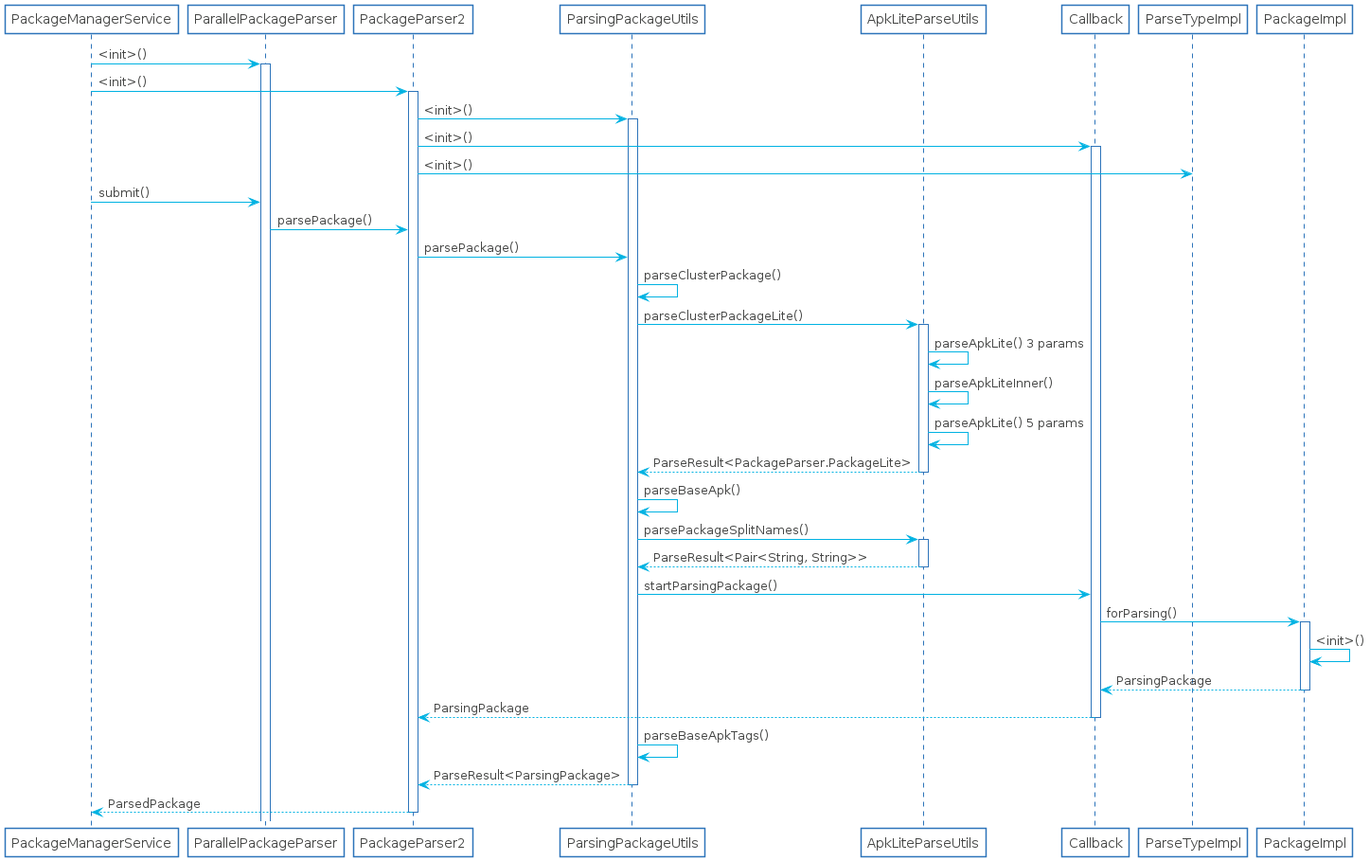
This is android-R/pkms/parse-apk/parse-sequences.png from PJH0x0/aosp-analyze, a PlantUML export, as it was before one commit. Its diagram source:
```plantuml
@startuml

skinparam shadowing false
skinparam DefaultFontName Proxima Nova
skinparam ArrowColor #00b2e2
skinparam DefaultFontColor #454645

skinparam ActivityBorderColor #2D74BA
skinparam ActivityDiamondBorderColor #2D74BA
skinparam ActorBorderColor #2D74BA
skinparam AgentBorderColor #2D74BA
skinparam ArtifactBorderColor #2D74BA
skinparam CardBorderColor #2D74BA
skinparam ClassBorderColor #2D74BA
skinparam CloudBorderColor #2D74BA
skinparam CollectionsBorderColor #2D74BA
skinparam ComponentBorderColor #2D74BA
skinparam ControlBorderColor #2D74BA
skinparam BoundaryBorderColor #2D74BA
skinparam DatabaseBorderColor #2D74BA
skinparam EntityBorderColor #2D74BA
skinparam FileBorderColor #2D74BA
skinparam FolderBorderColor #2D74BA
skinparam FrameBorderColor #2D74BA
skinparam InterfaceBorderColor #2D74BA
skinparam LegendBorderColor #2D74BA
skinparam NodeBorderColor #2D74BA
skinparam NoteBorderColor #2D74BA
skinparam ObjectBorderColor #2D74BA
skinparam PackageBorderColor #2D74BA
skinparam PageBorderColor #2D74BA
skinparam ParticipantBorderColor #2D74BA
skinparam PartitionBorderColor #2D74BA
skinparam QueueBorderColor #2D74BA
skinparam RectangleBorderColor #2D74BA
skinparam SequenceBoxBorderColor #2D74BA
skinparam SequenceDividerBorderColor #2D74BA
skinparam SequenceGroupBorderColor #2D74BA
skinparam SequenceLifeLineBorderColor #2D74BA
skinparam SequenceReferenceBorderColor #2D74BA
skinparam StackBorderColor #2D74BA
skinparam StateBorderColor #2D74BA
skinparam StereotypeABorderColor #2D74BA
skinparam StereotypeCBorderColor #2D74BA
skinparam StereotypeEBorderColor #2D74BA
skinparam StereotypeIBorderColor #2D74BA
skinparam StereotypeNBorderColor #2D74BA
skinparam StorageBorderColor #2D74BA
skinparam SwimlaneBorderColor #2D74BA
skinparam UsecaseBorderColor #2D74BA

skinparam ActivityBackgroundColor #FFFFFF
skinparam ActivityDiamondBackgroundColor #FFFFFF
skinparam ActorBackgroundColor #FFFFFF
skinparam AgentBackgroundColor #FFFFFF
skinparam ArtifactBackgroundColor #FFFFFF
skinparam BackgroundColor #FFFFFF
skinparam BoundaryBackgroundColor #FFFFFF
skinparam CardBackgroundColor #FFFFFF
skinparam ClassBackgroundColor #FFFFFF
skinparam ClassHeaderBackgroundColor #FFFFFF
skinparam CloudBackgroundColor #FFFFFF
skinparam CollectionsBackgroundColor #FFFFFF
skinparam ComponentBackgroundColor #FFFFFF
skinparam BoundaryBackgroundColor #FFFFFF
skinparam ControlBackgroundColor #FFFFFF
skinparam DatabaseBackgroundColor #FFFFFF
skinparam EntityBackgroundColor #FFFFFF
skinparam FileBackgroundColor #FFFFFF
skinparam FolderBackgroundColor #FFFFFF
skinparam FrameBackgroundColor #FFFFFF
skinparam IconPackageBackgroundColor #FFFFFF
skinparam IconPrivateBackgroundColor #FFFFFF
skinparam IconProtectedBackgroundColor #FFFFFF
skinparam IconPublicBackgroundColor #FFFFFF
skinparam InterfaceBackgroundColor #FFFFFF
skinparam LegendBackgroundColor #FFFFFF
skinparam NodeBackgroundColor #FFFFFF
skinparam NoteBackgroundColor #FFFFFF
skinparam ObjectBackgroundColor #FFFFFF
skinparam PackageBackgroundColor #FFFFFF
skinparam ParticipantBackgroundColor #FFFFFF
skinparam PartitionBackgroundColor #FFFFFF
skinparam QueueBackgroundColor #FFFFFF
skinparam RectangleBackgroundColor #FFFFFF
skinparam SequenceBoxBackgroundColor #FFFFFF
skinparam SequenceDividerBackgroundColor #FFFFFF
skinparam SequenceGroupBackgroundColor #FFFFFF
skinparam SequenceGroupBodyBackgroundColor #FFFFFF
skinparam SequenceLifeLineBackgroundColor #FFFFFF
skinparam SequenceReferenceBackgroundColor #FFFFFF
skinparam SequenceReferenceHeaderBackgroundColor #FFFFFF
skinparam StackBackgroundColor #FFFFFF
skinparam StateBackgroundColor #FFFFFF
skinparam StereotypeABackgroundColor #FFFFFF
skinparam StereotypeCBackgroundColor #FFFFFF
skinparam StereotypeEBackgroundColor #FFFFFF
skinparam StereotypeIBackgroundColor #FFFFFF
skinparam StereotypeNBackgroundColor #FFFFFF
skinparam StorageBackgroundColor #FFFFFF
skinparam TitleBackgroundColor #FFFFFF
skinparam UsecaseBackgroundColor #FFFFFF

skinparam ActivityStartColor #454645
skinparam ActivityEndColor #454645
skinparam StateStartColor #454645
skinparam StateEndColor #454645
participant PackageManagerService as a
participant ParallelPackageParser as b
participant PackageParser2 as c
participant ParsingPackageUtils as d
participant ApkLiteParseUtils as e
participant Callback as f
participant ParseTypeImpl as g
participant PackageImpl as h

a->b : <init>()
activate b
a->c : <init>()
activate c
c->d : <init>()
activate d
c->f : <init>()
activate f
c->g : <init>()

a->b : submit()
b->c : parsePackage()
c->d : parsePackage()
d->d : parseClusterPackage()
d->e : parseClusterPackageLite()
activate e
e->e : parseApkLite() 3 params
e->e : parseApkLiteInner()
e->e : parseApkLite() 5 params
return ParseResult<PackageParser.PackageLite>
d->d : parseBaseApk()
d->e : parsePackageSplitNames()
activate e
return ParseResult<Pair<String, String>>
d->f : startParsingPackage()
f->h : forParsing()
activate h
h->h : <init>()
return ParsingPackage
return ParsingPackage
d->d : parseBaseApkTags()
return ParseResult<ParsingPackage>
return ParsedPackage
@enduml
```
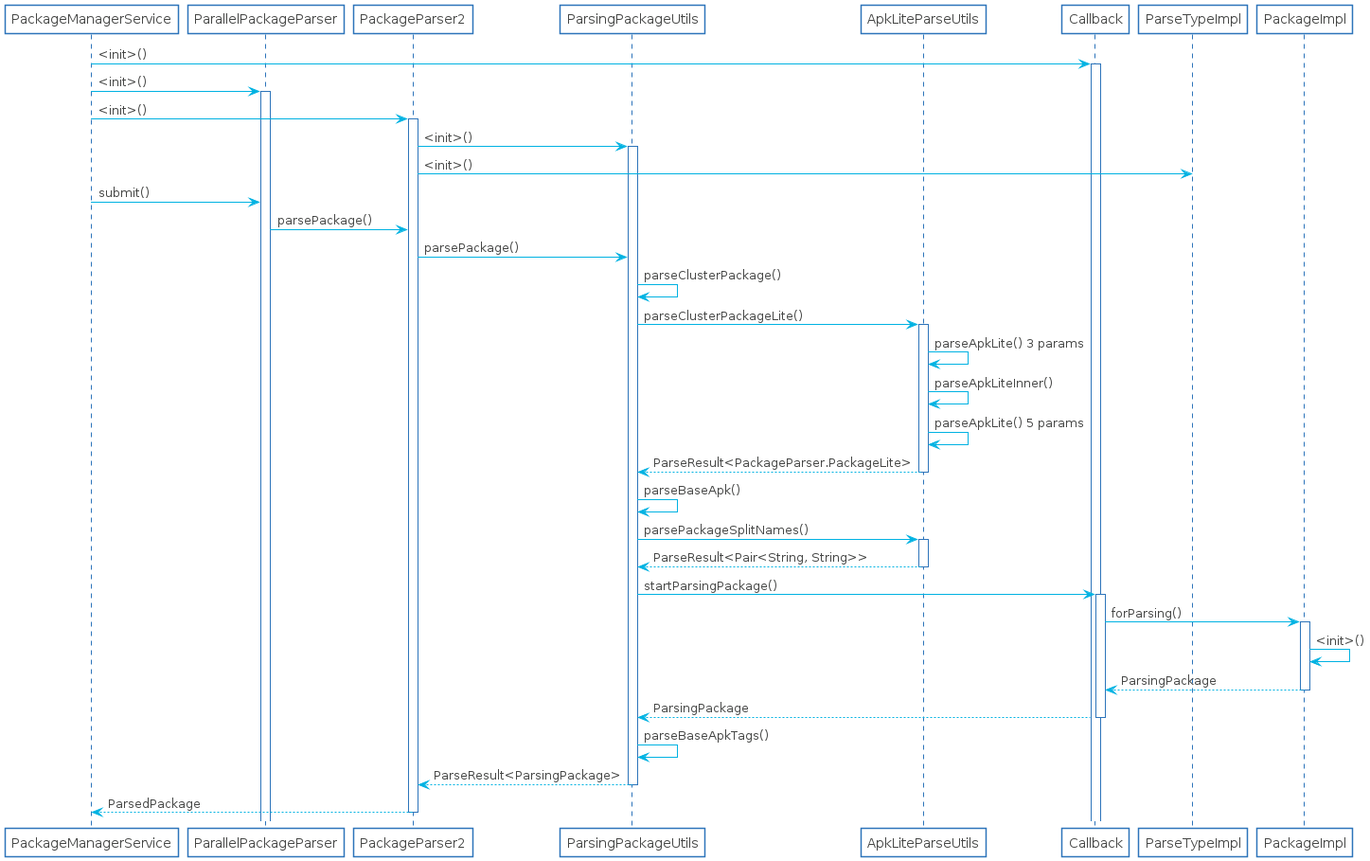
After the commit.

Commit message:
<20210319><compelete parse package>

What changed in the source:
```diff
@@ -114,14 +114,14 @@
 participant ParseTypeImpl as g
 participant PackageImpl as h
 
+a->f : <init>()
+activate f
 a->b : <init>()
 activate b
 a->c : <init>()
 activate c
 c->d : <init>()
 activate d
-c->f : <init>()
-activate f
 c->g : <init>()
 
 a->b : submit()
@@ -138,7 +138,10 @@
 d->e : parsePackageSplitNames()
 activate e
 return ParseResult<Pair<String, String>>
+
+
 d->f : startParsingPackage()
+activate f
 f->h : forParsing()
 activate h
 h->h : <init>()
```
